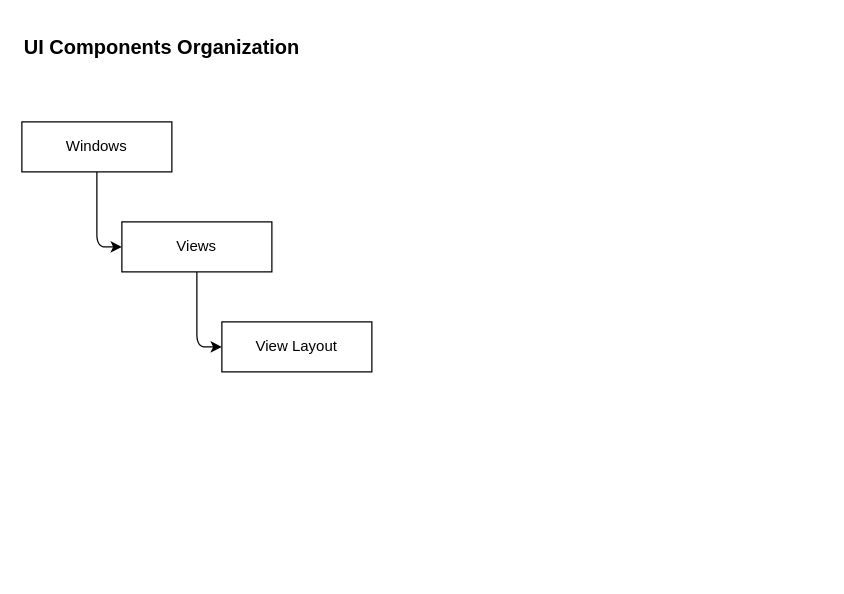
Before: page "Overview" (1 of 2) of docs/designs/ui-components-organization.drawio in suns-echoes/max-map-editor, a draw.io diagram. Source tidied: cells renumbered, new cells numbered last; positions are measured from the earlier drawing's top-left corner, leaving out a move shared by most shapes. Both pictures are drawn from the tidied source at 125%, with x=0, y=0 at pixel (21, 21).
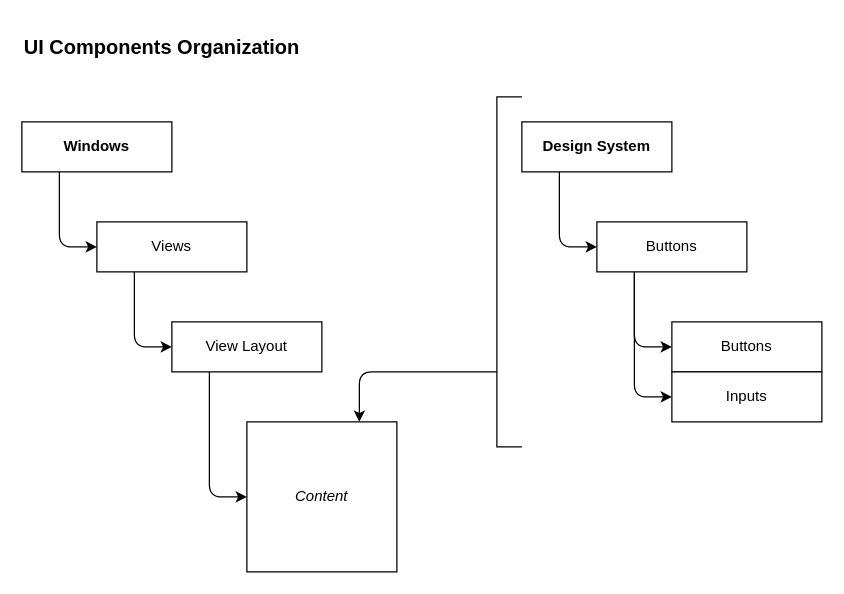
Above is the later version.

Diff of the diagram source:
```diff
@@
-    <mxCell id="3" style="edgeStyle=none;html=1;exitX=0.5;exitY=1;exitDx=0;exitDy=0;entryX=0;entryY=0.5;entryDx=0;entryDy=0;" parent="1" edge="1" source="4" target="6">
+    <mxCell id="3" style="edgeStyle=none;html=1;exitX=0.25;exitY=1;exitDx=0;exitDy=0;entryX=0;entryY=0.5;entryDx=0;entryDy=0;" parent="1" edge="1" source="4" target="6">
       <mxGeometry relative="1" as="geometry">
         <Array as="points">
-          <mxPoint x="60" y="180" />
+          <mxPoint x="30" y="180" />
         </Array>
       </mxGeometry>
     </mxCell>
-    <mxCell id="4" value="Windows" style="rounded=0;whiteSpace=wrap;html=1;" parent="1" vertex="1">
+    <mxCell id="4" value="Windows" style="rounded=0;whiteSpace=wrap;html=1;fontStyle=1;" parent="1" vertex="1">
       <mxGeometry y="80" width="120" height="40" as="geometry" />
     </mxCell>
-    <mxCell id="5" style="edgeStyle=none;html=1;entryX=0;entryY=0.5;entryDx=0;entryDy=0;" parent="1" edge="1" source="6" target="7">
+    <mxCell id="5" style="edgeStyle=none;html=1;entryX=0;entryY=0.5;entryDx=0;entryDy=0;exitX=0.25;exitY=1;exitDx=0;exitDy=0;" parent="1" edge="1" source="6" target="7">
       <mxGeometry relative="1" as="geometry">
         <Array as="points">
-          <mxPoint x="140" y="260" />
+          <mxPoint x="90" y="260" />
         </Array>
       </mxGeometry>
     </mxCell>
     <mxCell id="6" value="Views" style="rounded=0;whiteSpace=wrap;html=1;" parent="1" vertex="1">
-      <mxGeometry x="80" y="160" width="120" height="40" as="geometry" />
+      <mxGeometry x="60" y="160" width="120" height="40" as="geometry" />
     </mxCell>
+    <mxCell id="8" style="edgeStyle=none;html=1;exitX=0.25;exitY=1;exitDx=0;exitDy=0;entryX=0;entryY=0.5;entryDx=0;entryDy=0;" parent="1" edge="1" source="7" target="11">
+      <mxGeometry relative="1" as="geometry">
+        <Array as="points">
+          <mxPoint x="150" y="380" />
+        </Array>
+      </mxGeometry>
+    </mxCell>
     <mxCell id="7" value="View Layout" style="rounded=0;whiteSpace=wrap;html=1;" parent="1" vertex="1">
-      <mxGeometry x="160" y="240" width="120" height="40" as="geometry" />
+      <mxGeometry x="120" y="240" width="120" height="40" as="geometry" />
     </mxCell>
+    <mxCell id="9" style="edgeStyle=none;html=1;exitX=0.25;exitY=1;exitDx=0;exitDy=0;entryX=0;entryY=0.5;entryDx=0;entryDy=0;" parent="1" edge="1" source="10" target="16">
+      <mxGeometry relative="1" as="geometry">
+        <Array as="points">
+          <mxPoint x="430" y="180" />
+        </Array>
+      </mxGeometry>
+    </mxCell>
+    <mxCell id="10" value="Design System" style="rounded=0;whiteSpace=wrap;html=1;fontStyle=1;" parent="1" vertex="1">
+      <mxGeometry x="400" y="80" width="120" height="40" as="geometry" />
+    </mxCell>
+    <mxCell id="11" value="Content" style="rounded=0;whiteSpace=wrap;html=1;fontStyle=2;" parent="1" vertex="1">
+      <mxGeometry x="180" y="320" width="120" height="120" as="geometry" />
+    </mxCell>
+    <mxCell id="12" value="Buttons" style="rounded=0;whiteSpace=wrap;html=1;" parent="1" vertex="1">
+      <mxGeometry x="520" y="240" width="120" height="40" as="geometry" />
+    </mxCell>
+    <mxCell id="13" value="Inputs" style="rounded=0;whiteSpace=wrap;html=1;" parent="1" vertex="1">
+      <mxGeometry x="520" y="280" width="120" height="40" as="geometry" />
+    </mxCell>
+    <mxCell id="14" style="edgeStyle=none;html=1;exitX=0.25;exitY=1;exitDx=0;exitDy=0;entryX=0;entryY=0.5;entryDx=0;entryDy=0;" parent="1" edge="1" source="16" target="12">
+      <mxGeometry relative="1" as="geometry">
+        <Array as="points">
+          <mxPoint x="490" y="260" />
+        </Array>
+      </mxGeometry>
+    </mxCell>
+    <mxCell id="15" style="edgeStyle=none;html=1;exitX=0.25;exitY=1;exitDx=0;exitDy=0;entryX=0;entryY=0.5;entryDx=0;entryDy=0;" parent="1" edge="1" source="16" target="13">
+      <mxGeometry relative="1" as="geometry">
+        <Array as="points">
+          <mxPoint x="490" y="300" />
+        </Array>
+      </mxGeometry>
+    </mxCell>
+    <mxCell id="16" value="Buttons" style="rounded=0;whiteSpace=wrap;html=1;" parent="1" vertex="1">
+      <mxGeometry x="460" y="160" width="120" height="40" as="geometry" />
+    </mxCell>
+    <mxCell id="17" style="endArrow=none;html=1;rounded=0;curved=0;strokeColor=light-dark(#000000,#FFFF00);" parent="1" edge="1">
+      <mxGeometry relative="1" as="geometry">
+        <mxPoint x="400" y="340" as="sourcePoint" />
+        <mxPoint x="400" y="60" as="targetPoint" />
+        <Array as="points">
+          <mxPoint x="380" y="340" />
+          <mxPoint x="380" y="100" />
+          <mxPoint x="380" y="60" />
+        </Array>
+      </mxGeometry>
+    </mxCell>
+    <mxCell id="18" style="endArrow=classic;html=1;rounded=1;curved=0;strokeColor=light-dark(#000000,#FFFF00);entryX=0.75;entryY=0;entryDx=0;entryDy=0;endFill=1;" parent="1" edge="1" target="11">
+      <mxGeometry relative="1" as="geometry">
+        <mxPoint x="380" y="280" as="sourcePoint" />
+        <Array as="points">
+          <mxPoint x="270" y="280" />
+        </Array>
+      </mxGeometry>
+    </mxCell>
```
